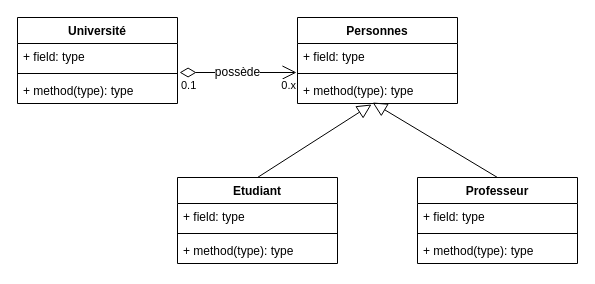
valentin-cochin/cda-uml-exos keeps this draw.io diagram as exo6.drawio. Above is the earlier version. Source tidied: cells renumbered, new cells numbered last; positions are measured from the earlier drawing's top-left corner, leaving out a move shared by most shapes. Both pictures are drawn from the tidied source at 100%, with x=0, y=0 at pixel (17, 17).
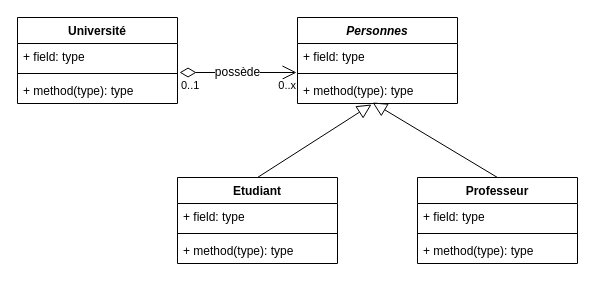
After the change.

Unchanged cells that the change refers to:
```xml
<mxCell id="20" value="possède" style="endArrow=open;html=1;endSize=12;startArrow=diamondThin;startSize=14;startFill=0;edgeStyle=orthogonalEdgeStyle;fontSize=12;exitX=1.013;exitY=-0.192;exitDx=0;exitDy=0;exitPerimeter=0;entryX=-0.006;entryY=0.375;entryDx=0;entryDy=0;entryPerimeter=0;" parent="1" edge="1" source="5" target="8">
  <mxGeometry relative="1" as="geometry" />
</mxCell>
```

The edit, as a diff of the source:
```diff
@@
-    <mxCell id="6" value="Personnes" style="swimlane;fontStyle=1;align=center;verticalAlign=top;horizontal=1;startSize=26;fontSize=12;" parent="1" vertex="1">
+    <mxCell id="6" value="Personnes" style="swimlane;fontStyle=3;align=center;verticalAlign=top;horizontal=1;startSize=26;fontSize=12;" parent="1" vertex="1">
       <mxGeometry x="280" width="160" height="86" as="geometry" />
     </mxCell>
@@
-    <mxCell id="21" value="0.1" style="edgeLabel;html=1;align=left;verticalAlign=top;" parent="20" vertex="1">
+    <mxCell id="21" value="0..1" style="edgeLabel;html=1;align=left;verticalAlign=top;" parent="20" vertex="1">
       <mxGeometry x="-1" relative="1" as="geometry" />
     </mxCell>
-    <mxCell id="22" value="0.x" style="edgeLabel;html=1;align=right;verticalAlign=top;" parent="20" vertex="1">
+    <mxCell id="22" value="0..x" style="edgeLabel;html=1;align=right;verticalAlign=top;" parent="20" vertex="1">
       <mxGeometry x="1" relative="1" as="geometry" />
     </mxCell>
```
